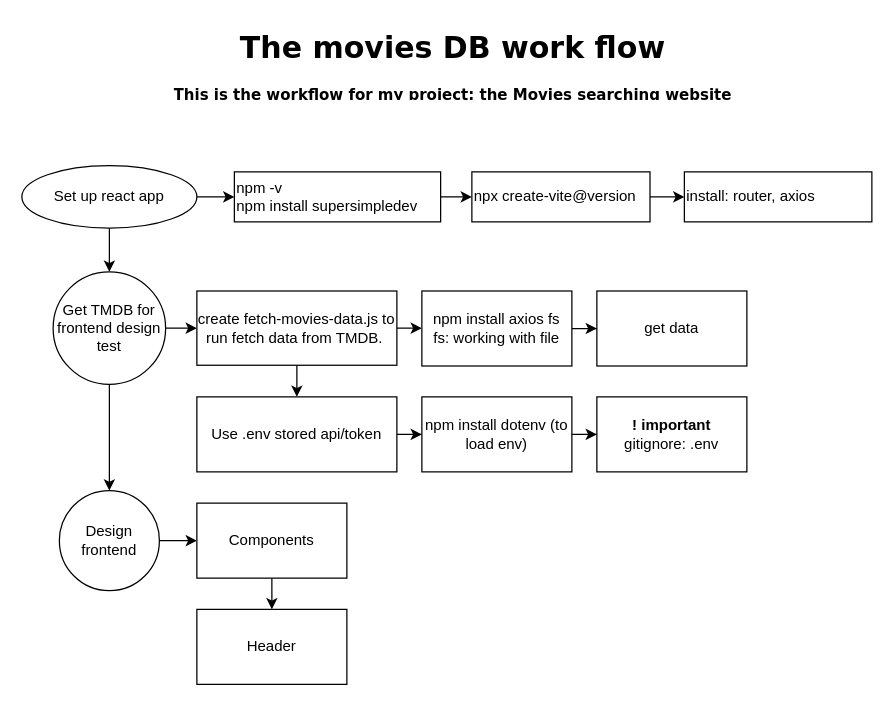
Before: workflow.drawio in kietworkspaceoffice-cell/Movie-searching-web, a draw.io diagram. Source tidied: cells renumbered, new cells numbered last; positions are measured from the earlier drawing's top-left corner, leaving out a move shared by most shapes. Both pictures are drawn from the tidied source at 125%, with x=0, y=0 at pixel (21, 21).
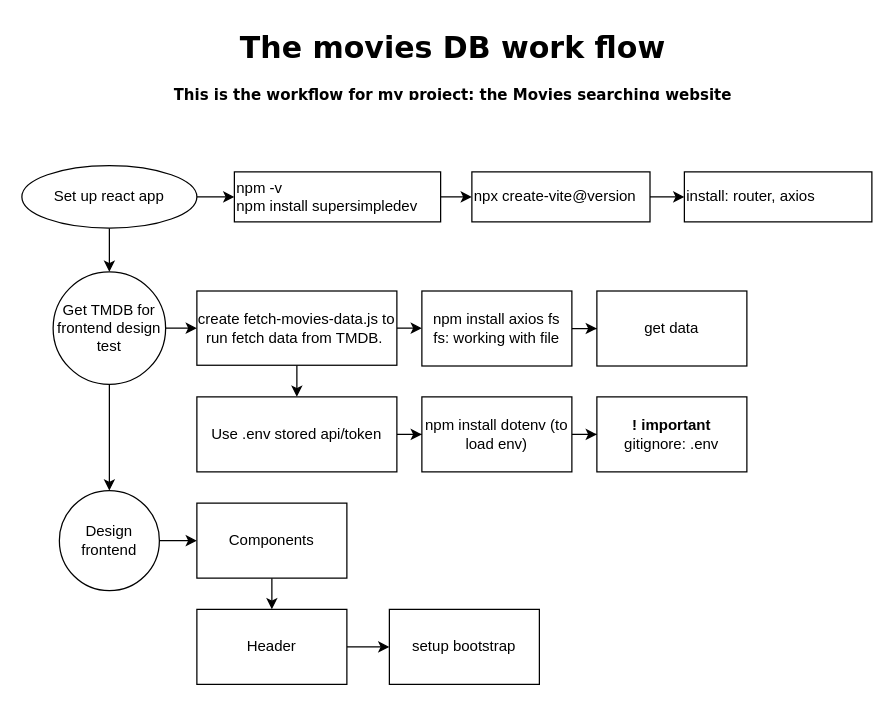
Above is the later version.

Commit message:
Cập nhật workflow.drawio

Unchanged cells that the change refers to:
```xml
<mxCell id="29" value="Header" style="whiteSpace=wrap;html=1;" parent="1" vertex="1">
  <mxGeometry x="140" y="470" width="120" height="60" as="geometry" />
</mxCell>
```

Diff of the diagram source:
```diff
@@
+    <mxCell id="30" style="edgeStyle=orthogonalEdgeStyle;rounded=0;jettySize=auto;html=1;" parent="1" edge="1" source="29" target="31">
+      <mxGeometry relative="1" as="geometry" />
+    </mxCell>
@@
+    <mxCell id="31" value="setup bootstrap" style="whiteSpace=wrap;html=1;" parent="1" vertex="1">
+      <mxGeometry x="294" y="470" width="120" height="60" as="geometry" />
+    </mxCell>
```
